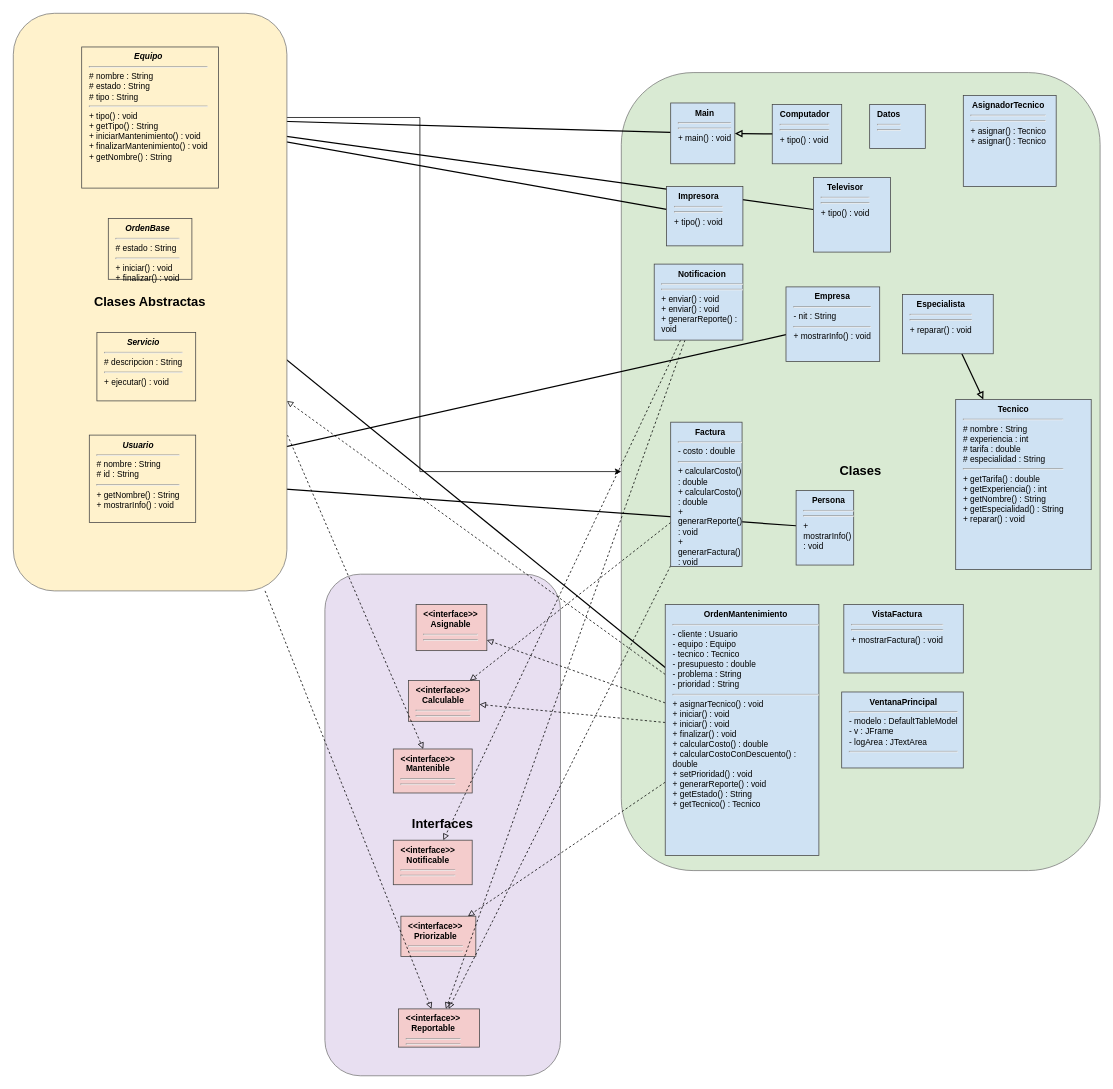
Above: Diagrama_UML.drawio in sebastian-roaaxx/ProyectoPoo (draw.io), before the change. Source tidied: cells renumbered, new cells numbered last; positions are measured from the earlier drawing's top-left corner, leaving out a move shared by most shapes. Both pictures are drawn from the tidied source at 76%, with x=0, y=0 at pixel (13, 13).
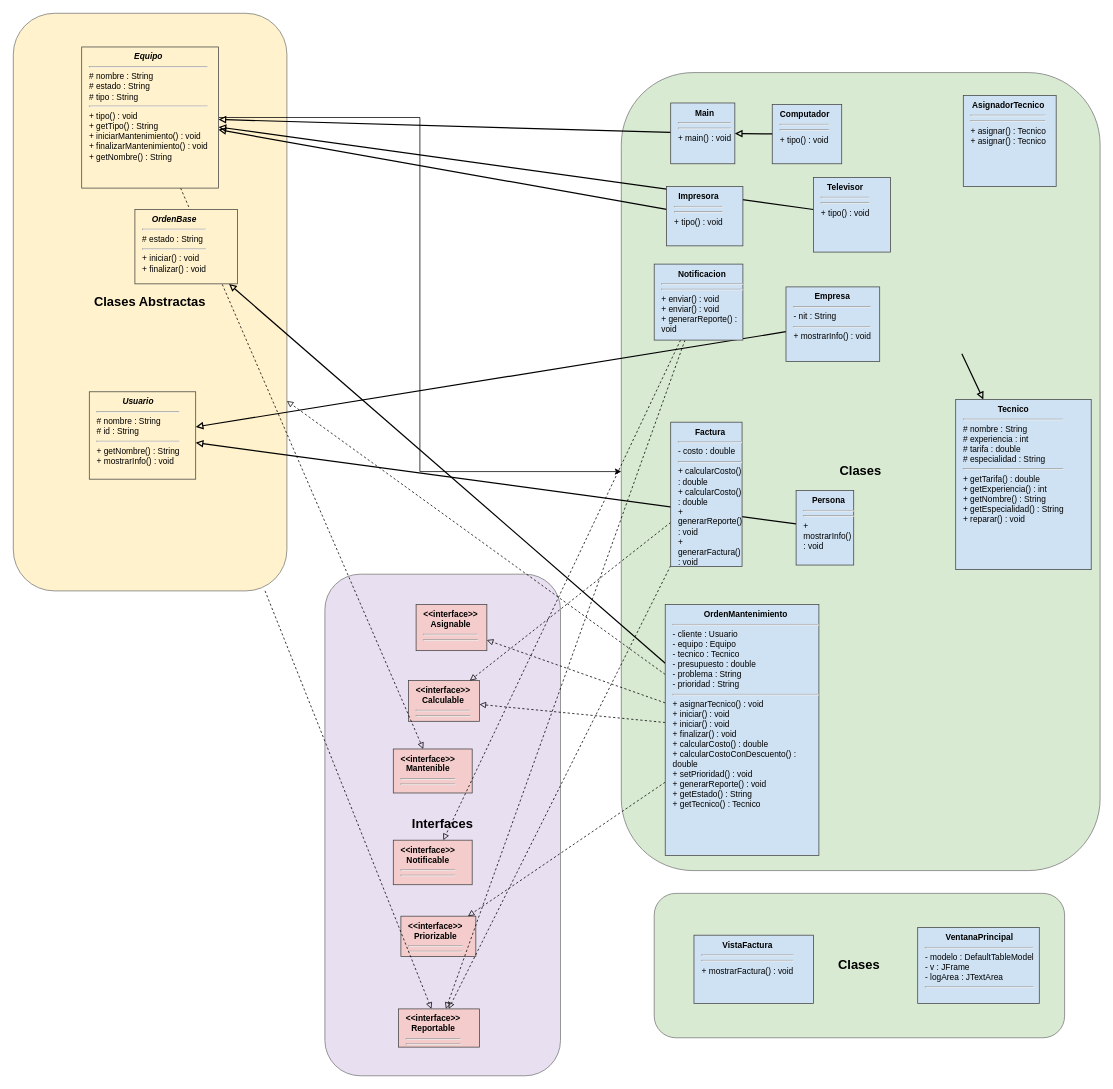
The same page after the edit.

The change refers to these unchanged cells:
```xml
<mxCell id="43" value="&lt;div style='text-align:center;'&gt;&lt;b&gt;Tecnico&lt;/b&gt;&lt;/div&gt;&lt;hr size='2'/&gt;# nombre : String&lt;br/&gt;# experiencia : int&lt;br/&gt;# tarifa : double&lt;br/&gt;# especialidad : String&lt;hr size='2'/&gt;+ getTarifa() : double&lt;br/&gt;+ getExperiencia() : int&lt;br/&gt;+ getNombre() : String&lt;br/&gt;+ getEspecialidad() : String&lt;br/&gt;+ reparar() : void" style="rounded=0;whiteSpace=wrap;html=1;fillColor=#cfe2f3;strokeColor=#444444;fontSize=11;align=left;spacingLeft=8;verticalAlign=top;" parent="1" vertex="1">
  <mxGeometry x="1240" y="508" width="178.3" height="224" as="geometry" />
</mxCell>
```

Change to the diagram source:
```diff
@@
+    <mxCell id="49" value="Clases" style="rounded=1;whiteSpace=wrap;html=1;fillColor=#d9ead3;strokeColor=#777777;fontSize=17;fontStyle=1;" parent="1" vertex="1">
+      <mxGeometry x="843.3" y="1158" width="540" height="190" as="geometry" />
+    </mxCell>
+    <mxCell id="28" value="Clases Abstractas" style="rounded=1;whiteSpace=wrap;html=1;fillColor=#fff2cc;strokeColor=#777777;fontSize=17;fontStyle=1;" parent="1" vertex="1">
+      <mxGeometry width="360" height="760" as="geometry" />
+    </mxCell>
@@
-    <mxCell id="12" style="endArrow=block;endFill=0;strokeWidth=1.6;rounded=1;jettySize=auto;html=1;" parent="1" edge="1" source="37" target="43">
-      <mxGeometry relative="1" as="geometry" />
+    <mxCell id="12" style="endArrow=block;endFill=0;strokeWidth=1.6;rounded=1;jettySize=auto;html=1;" parent="1" edge="1" target="43">
+      <mxGeometry relative="1" as="geometry">
+        <mxPoint x="1248.1" y="448" as="sourcePoint" />
+      </mxGeometry>
     </mxCell>
@@
-    <mxCell id="28" value="Clases Abstractas" style="rounded=1;whiteSpace=wrap;html=1;fillColor=#fff2cc;strokeColor=#777777;fontSize=17;fontStyle=1;" parent="1" vertex="1">
-      <mxGeometry width="360" height="760" as="geometry" />
-    </mxCell>
-    <mxCell id="29" value="&lt;div style='text-align:center;'&gt;&lt;b&gt;&lt;i&gt;Equipo&lt;/i&gt;&lt;/b&gt;&lt;/div&gt;&lt;hr size='2'/&gt;# nombre : String&lt;br/&gt;# estado : String&lt;br/&gt;# tipo : String&lt;hr size='2'/&gt;+ tipo() : void&lt;br/&gt;+ getTipo() : String&lt;br/&gt;+ iniciarMantenimiento() : void&lt;br/&gt;+ finalizarMantenimiento() : void&lt;br/&gt;+ getNombre() : String" style="rounded=0;whiteSpace=wrap;html=1;fillColor=#fff2cc;strokeColor=#444444;fontSize=11;align=left;spacingLeft=8;verticalAlign=top;" parent="28" vertex="1">
-      <mxGeometry x="90" y="44.3" width="180" height="185.7" as="geometry" />
-    </mxCell>
-    <mxCell id="30" value="&lt;div style='text-align:center;'&gt;&lt;b&gt;&lt;i&gt;OrdenBase&lt;/i&gt;&lt;/b&gt;&lt;/div&gt;&lt;hr size='2'/&gt;# estado : String&lt;hr size='2'/&gt;+ iniciar() : void&lt;br/&gt;+ finalizar() : void" style="rounded=0;whiteSpace=wrap;html=1;fillColor=#fff2cc;strokeColor=#444444;fontSize=11;align=left;spacingLeft=8;verticalAlign=top;" parent="28" vertex="1">
-      <mxGeometry x="125" y="270" width="110" height="80" as="geometry" />
-    </mxCell>
-    <mxCell id="31" value="&lt;div style='text-align:center;'&gt;&lt;b&gt;&lt;i&gt;Servicio&lt;/i&gt;&lt;/b&gt;&lt;/div&gt;&lt;hr size='2'/&gt;# descripcion : String&lt;hr size='2'/&gt;+ ejecutar() : void" style="rounded=0;whiteSpace=wrap;html=1;fillColor=#fff2cc;strokeColor=#444444;fontSize=11;align=left;spacingLeft=8;verticalAlign=top;" parent="28" vertex="1">
-      <mxGeometry x="110" y="420" width="130" height="90" as="geometry" />
-    </mxCell>
-    <mxCell id="32" value="&lt;div style='text-align:center;'&gt;&lt;b&gt;&lt;i&gt;Usuario&lt;/i&gt;&lt;/b&gt;&lt;/div&gt;&lt;hr size='2'/&gt;# nombre : String&lt;br/&gt;# id : String&lt;hr size='2'/&gt;+ getNombre() : String&lt;br/&gt;+ mostrarInfo() : void" style="rounded=0;whiteSpace=wrap;html=1;fillColor=#fff2cc;strokeColor=#444444;fontSize=11;align=left;spacingLeft=8;verticalAlign=top;" parent="28" vertex="1">
-      <mxGeometry x="100" y="555" width="140" height="115" as="geometry" />
-    </mxCell>
@@
-    <mxCell id="35" value="&lt;div style='text-align:center;'&gt;&lt;b&gt;Datos&lt;/b&gt;&lt;/div&gt;&lt;hr size='2'/&gt; &lt;hr size='2'/&gt; " style="rounded=0;whiteSpace=wrap;html=1;fillColor=#cfe2f3;strokeColor=#444444;fontSize=11;align=left;spacingLeft=8;verticalAlign=top;" parent="1" vertex="1">
-      <mxGeometry x="1126.8" y="120" width="73.2" height="58" as="geometry" />
-    </mxCell>
@@
-    <mxCell id="37" value="&lt;div style='text-align:center;'&gt;&lt;b&gt;Especialista&lt;/b&gt;&lt;/div&gt;&lt;hr size='2'/&gt; &lt;hr size='2'/&gt;+ reparar() : void" style="rounded=0;whiteSpace=wrap;html=1;fillColor=#cfe2f3;strokeColor=#444444;fontSize=11;align=left;spacingLeft=8;verticalAlign=top;" parent="1" vertex="1">
-      <mxGeometry x="1170" y="370" width="119.4" height="78" as="geometry" />
-    </mxCell>
@@
     <mxCell id="45" value="&lt;div style='text-align:center;'&gt;&lt;b&gt;VentanaPrincipal&lt;/b&gt;&lt;/div&gt;&lt;hr size='2'/&gt;- modelo : DefaultTableModel&lt;br/&gt;- v : JFrame&lt;br/&gt;- logArea : JTextArea&lt;hr size='2'/&gt; " style="rounded=0;whiteSpace=wrap;html=1;fillColor=#cfe2f3;strokeColor=#444444;fontSize=11;align=left;spacingLeft=8;verticalAlign=top;" parent="1" vertex="1">
-      <mxGeometry x="1090" y="893" width="160" height="100" as="geometry" />
+      <mxGeometry x="1190" y="1203" width="160" height="100" as="geometry" />
     </mxCell>
     <mxCell id="46" value="&lt;div style='text-align:center;'&gt;&lt;b&gt;VistaFactura&lt;/b&gt;&lt;/div&gt;&lt;hr size='2'/&gt; &lt;hr size='2'/&gt;+ mostrarFactura() : void" style="rounded=0;whiteSpace=wrap;html=1;fillColor=#cfe2f3;strokeColor=#444444;fontSize=11;align=left;spacingLeft=8;verticalAlign=top;" parent="1" vertex="1">
-      <mxGeometry x="1092.8" y="778" width="157.2" height="90" as="geometry" />
+      <mxGeometry x="895.6" y="1213" width="157.2" height="90" as="geometry" />
     </mxCell>
@@
+    <mxCell id="29" value="&lt;div style='text-align:center;'&gt;&lt;b&gt;&lt;i&gt;Equipo&lt;/i&gt;&lt;/b&gt;&lt;/div&gt;&lt;hr size='2'/&gt;# nombre : String&lt;br/&gt;# estado : String&lt;br/&gt;# tipo : String&lt;hr size='2'/&gt;+ tipo() : void&lt;br/&gt;+ getTipo() : String&lt;br/&gt;+ iniciarMantenimiento() : void&lt;br/&gt;+ finalizarMantenimiento() : void&lt;br/&gt;+ getNombre() : String" style="rounded=0;whiteSpace=wrap;html=1;fillColor=#fff2cc;strokeColor=#444444;fontSize=11;align=left;spacingLeft=8;verticalAlign=top;" parent="1" vertex="1">
+      <mxGeometry x="90" y="44.3" width="180" height="185.7" as="geometry" />
+    </mxCell>
+    <mxCell id="30" value="&lt;div style='text-align:center;'&gt;&lt;b&gt;&lt;i&gt;OrdenBase&lt;/i&gt;&lt;/b&gt;&lt;/div&gt;&lt;hr size='2'/&gt;# estado : String&lt;hr size='2'/&gt;+ iniciar() : void&lt;br/&gt;+ finalizar() : void" style="rounded=0;whiteSpace=wrap;html=1;fillColor=#fff2cc;strokeColor=#444444;fontSize=11;align=left;spacingLeft=8;verticalAlign=top;" parent="1" vertex="1">
+      <mxGeometry x="160" y="258" width="135" height="98" as="geometry" />
+    </mxCell>
+    <mxCell id="32" value="&lt;div style='text-align:center;'&gt;&lt;b&gt;&lt;i&gt;Usuario&lt;/i&gt;&lt;/b&gt;&lt;/div&gt;&lt;hr size='2'/&gt;# nombre : String&lt;br/&gt;# id : String&lt;hr size='2'/&gt;+ getNombre() : String&lt;br/&gt;+ mostrarInfo() : void" style="rounded=0;whiteSpace=wrap;html=1;fillColor=#fff2cc;strokeColor=#444444;fontSize=11;align=left;spacingLeft=8;verticalAlign=top;" parent="1" vertex="1">
+      <mxGeometry x="100" y="498" width="140" height="115" as="geometry" />
+    </mxCell>
```
